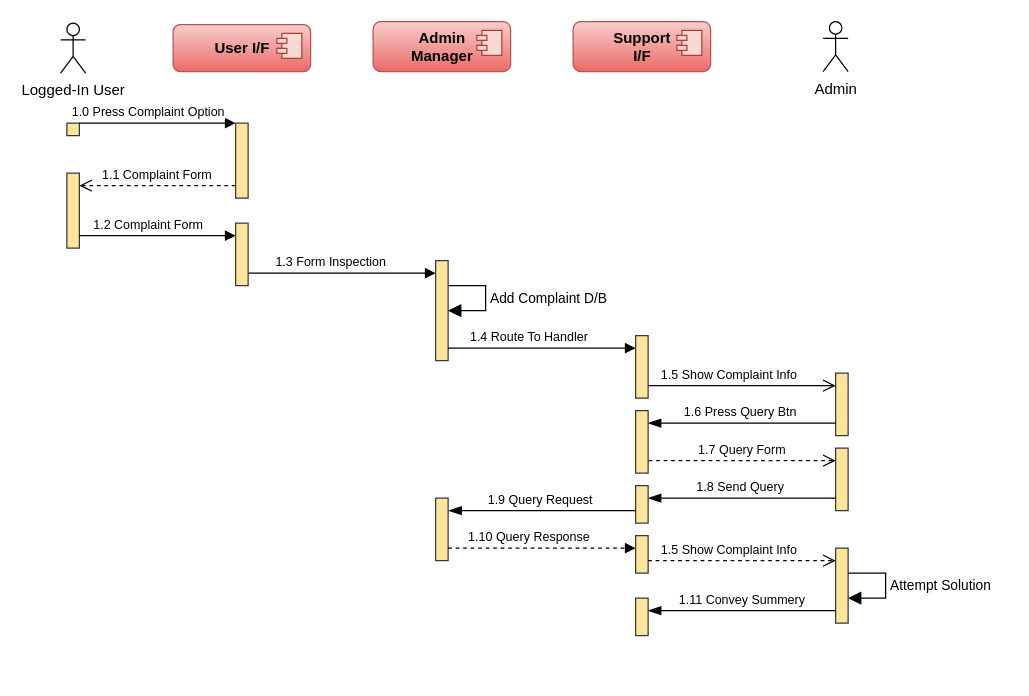
The draw.io diagram page "SAD SUC-2" (3 of 3) of SAD Sequence Diagrams.drawio in Itaybarbar/myProject, before the edit. Source tidied: cells renumbered, new cells numbered last; positions are measured from the earlier drawing's top-left corner, leaving out a move shared by most shapes. Both pictures are drawn from the tidied source at 125%, with x=0, y=0 at pixel (60, 21).
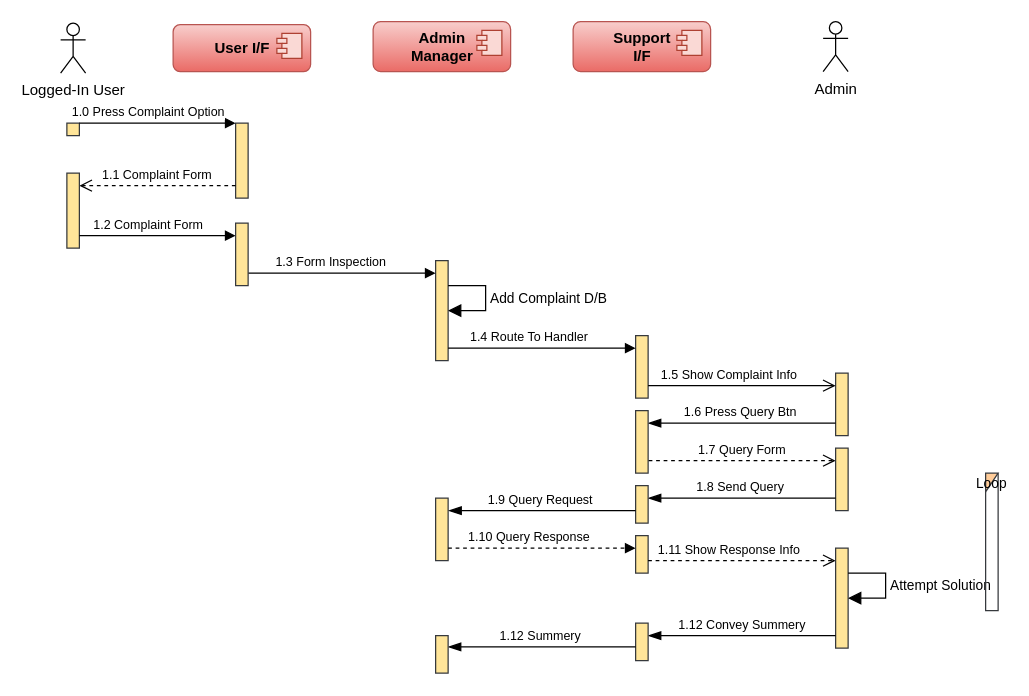
After the change.

The edit, as a diff of the source:
```diff
@@
-    <mxCell id="34" value="&lt;font style=&quot;font-size: 10px&quot;&gt;1.5 Show Complaint Info&amp;nbsp;&lt;/font&gt;" style="html=1;verticalAlign=bottom;endArrow=open;rounded=0;endFill=0;endSize=8;dashed=1;" parent="1" edge="1">
+    <mxCell id="34" value="&lt;font style=&quot;font-size: 10px&quot;&gt;1.11 Show Response Info&amp;nbsp;&lt;/font&gt;" style="html=1;verticalAlign=bottom;endArrow=open;rounded=0;endFill=0;endSize=8;dashed=1;" parent="1" edge="1">
       <mxGeometry x="-0.12" relative="1" as="geometry">
         <mxPoint x="470" y="431" as="sourcePoint" />
         <mxPoint x="620" y="431" as="targetPoint" />
       </mxGeometry>
     </mxCell>
     <mxCell id="35" style="html=1;perimeter=orthogonalPerimeter;fillColor=#FFE599;strokeColor=#36393d;" parent="1" vertex="1">
-      <mxGeometry x="620" y="421" width="10" height="60" as="geometry" />
+      <mxGeometry x="620" y="421" width="10" height="80" as="geometry" />
     </mxCell>
@@
-    <mxCell id="37" value="&lt;font style=&quot;font-size: 10px&quot;&gt;1.11 Convey Summery&lt;/font&gt;" style="html=1;verticalAlign=bottom;endArrow=blockThin;endSize=8;exitX=0;exitY=0.95;rounded=0;endFill=1;" parent="1" edge="1">
+    <mxCell id="37" value="&lt;font style=&quot;font-size: 10px&quot;&gt;1.12 Convey Summery&lt;/font&gt;" style="html=1;verticalAlign=bottom;endArrow=blockThin;endSize=8;exitX=0;exitY=0.95;rounded=0;endFill=1;" parent="1" edge="1">
       <mxGeometry relative="1" as="geometry">
-        <mxPoint x="620" y="471" as="sourcePoint" />
-        <mxPoint x="470" y="471" as="targetPoint" />
+        <mxPoint x="620" y="491" as="sourcePoint" />
+        <mxPoint x="470" y="491" as="targetPoint" />
       </mxGeometry>
     </mxCell>
     <mxCell id="38" style="html=1;perimeter=orthogonalPerimeter;fillColor=#FFE599;strokeColor=#36393d;" parent="1" vertex="1">
-      <mxGeometry x="460" y="461" width="10" height="30" as="geometry" />
+      <mxGeometry x="460" y="481" width="10" height="30" as="geometry" />
     </mxCell>
+    <mxCell id="39" value="&lt;font style=&quot;font-size: 11px;&quot;&gt;Loop&lt;/font&gt;" style="shape=umlFrame;whiteSpace=wrap;html=1;width=40;height=15;fillColor=#ffcc99;strokeColor=#36393d;" parent="1" vertex="1">
+      <mxGeometry x="740" y="361" width="10" height="110" as="geometry" />
+    </mxCell>
+    <mxCell id="40" value="&lt;font style=&quot;font-size: 10px&quot;&gt;1.12 Summery&amp;nbsp;&lt;/font&gt;" style="html=1;verticalAlign=bottom;endArrow=blockThin;endSize=8;exitX=0;exitY=0.95;rounded=0;endFill=1;" parent="1" edge="1">
+      <mxGeometry relative="1" as="geometry">
+        <mxPoint x="460" y="500" as="sourcePoint" />
+        <mxPoint x="310" y="500" as="targetPoint" />
+      </mxGeometry>
+    </mxCell>
+    <mxCell id="41" style="html=1;perimeter=orthogonalPerimeter;fillColor=#FFE599;strokeColor=#36393d;" parent="1" vertex="1">
+      <mxGeometry x="300" y="491" width="10" height="30" as="geometry" />
+    </mxCell>
```
